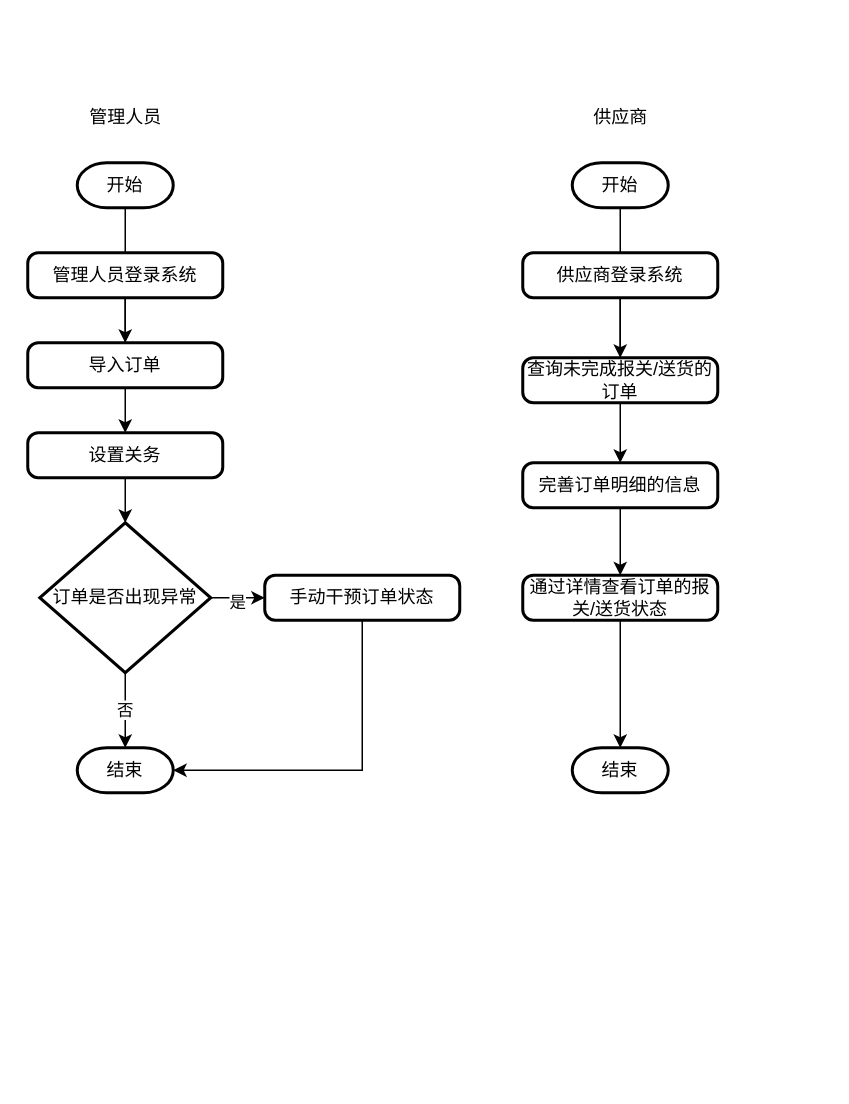
Earlier version of the draw.io diagram page "订单管理流程图" (13 of 16) of wbooking docs/进区预约系统.drawio (sxc-one/e-conitl). Source tidied: cells renumbered, new cells numbered last; positions are measured from the earlier drawing's top-left corner, leaving out a move shared by most shapes. Both pictures are drawn from the tidied source at 150%, with x=0, y=0 at pixel (27, 102).
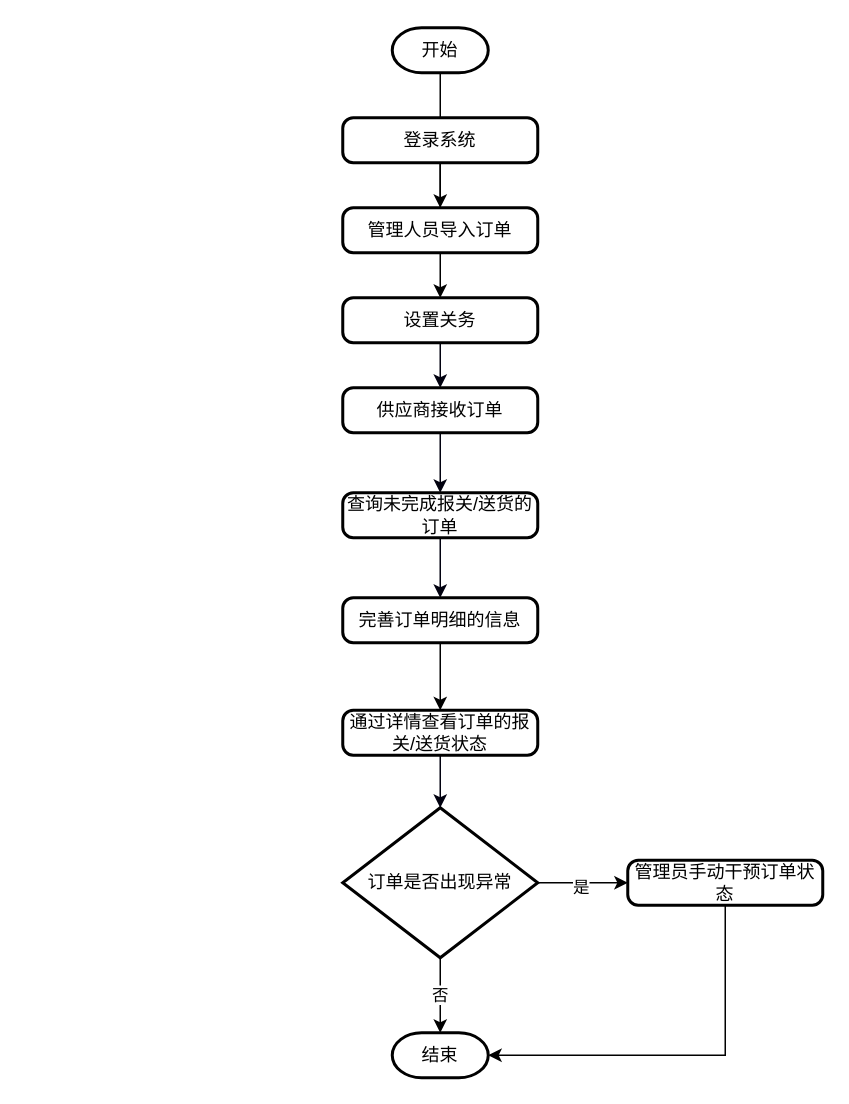
Above is the later version.

Change to the diagram source:
```diff
@@
     <mxCell id="3" value="开始" style="strokeWidth=2;html=1;shape=mxgraph.flowchart.terminator;whiteSpace=wrap;" parent="1" vertex="1">
-      <mxGeometry x="33" y="40" width="64" height="30" as="geometry" />
+      <mxGeometry x="243" y="-50" width="64" height="30" as="geometry" />
     </mxCell>
@@
-    <mxCell id="5" value="管理人员登录系统" style="rounded=1;whiteSpace=wrap;html=1;absoluteArcSize=1;arcSize=14;strokeWidth=2;" parent="1" vertex="1">
-      <mxGeometry y="100" width="130" height="30" as="geometry" />
+    <mxCell id="5" value="登录系统" style="rounded=1;whiteSpace=wrap;html=1;absoluteArcSize=1;arcSize=14;strokeWidth=2;" parent="1" vertex="1">
+      <mxGeometry x="210" y="10" width="130" height="30" as="geometry" />
     </mxCell>
-    <mxCell id="6" value="导入订单" style="rounded=1;whiteSpace=wrap;html=1;absoluteArcSize=1;arcSize=14;strokeWidth=2;" parent="1" vertex="1">
-      <mxGeometry y="160" width="130" height="30" as="geometry" />
+    <mxCell id="6" value="管理人员导入订单" style="rounded=1;whiteSpace=wrap;html=1;absoluteArcSize=1;arcSize=14;strokeWidth=2;" parent="1" vertex="1">
+      <mxGeometry x="210" y="70" width="130" height="30" as="geometry" />
     </mxCell>
-    <mxCell id="7" style="edgeStyle=none;rounded=0;jettySize=auto;html=1;elbow=vertical;" parent="1" edge="1" source="8" target="12">
-      <mxGeometry relative="1" as="geometry" />
-    </mxCell>
+    <mxCell id="28" style="edgeStyle=none;rounded=0;jettySize=auto;html=1;exitX=0.5;exitY=1;exitDx=0;exitDy=0;entryX=0.5;entryY=0;entryDx=0;entryDy=0;fontSize=18;startArrow=none;startFill=0;endArrow=classic;endFill=1;sourcePerimeterSpacing=1;targetPerimeterSpacing=0;strokeColor=#01010F;" parent="1" edge="1" source="8" target="20">
+      <mxGeometry relative="1" as="geometry" />
+    </mxCell>
     <mxCell id="8" value="设置关务" style="rounded=1;whiteSpace=wrap;html=1;absoluteArcSize=1;arcSize=14;strokeWidth=2;" parent="1" vertex="1">
-      <mxGeometry y="220" width="130" height="30" as="geometry" />
+      <mxGeometry x="210" y="130" width="130" height="30" as="geometry" />
     </mxCell>
@@
     <mxCell id="12" value="订单是否出现异常" style="strokeWidth=2;html=1;shape=mxgraph.flowchart.decision;whiteSpace=wrap;" parent="1" vertex="1">
-      <mxGeometry x="8" y="280" width="114" height="100" as="geometry" />
+      <mxGeometry x="210" y="470" width="130" height="100" as="geometry" />
     </mxCell>
@@
-    <mxCell id="14" value="手动干预订单状态" style="rounded=1;whiteSpace=wrap;html=1;absoluteArcSize=1;arcSize=14;strokeWidth=2;" parent="1" vertex="1">
-      <mxGeometry x="158" y="315" width="130" height="30" as="geometry" />
+    <mxCell id="14" value="管理员手动干预订单状态" style="rounded=1;whiteSpace=wrap;html=1;absoluteArcSize=1;arcSize=14;strokeWidth=2;" parent="1" vertex="1">
+      <mxGeometry x="400" y="505" width="130" height="30" as="geometry" />
     </mxCell>
     <mxCell id="15" value="结束" style="strokeWidth=2;html=1;shape=mxgraph.flowchart.terminator;whiteSpace=wrap;" parent="1" vertex="1">
-      <mxGeometry x="33" y="430" width="64" height="30" as="geometry" />
+      <mxGeometry x="243" y="620" width="64" height="30" as="geometry" />
     </mxCell>
-    <mxCell id="16" value="管理人员" style="text;html=1;align=center;verticalAlign=middle;strokeColor=none;fillColor=none;" parent="1" vertex="1">
-      <mxGeometry x="35" width="60" height="20" as="geometry" />
-    </mxCell>
-    <mxCell id="17" style="edgeStyle=none;rounded=0;jettySize=auto;html=1;elbow=vertical;" parent="1" edge="1" source="18" target="21">
-      <mxGeometry relative="1" as="geometry" />
-    </mxCell>
-    <mxCell id="18" value="开始" style="strokeWidth=2;html=1;shape=mxgraph.flowchart.terminator;whiteSpace=wrap;" parent="1" vertex="1">
-      <mxGeometry x="363" y="40" width="64" height="30" as="geometry" />
-    </mxCell>
-    <mxCell id="19" style="edgeStyle=none;rounded=0;jettySize=auto;html=1;elbow=vertical;" parent="1" edge="1" source="20" target="23">
-      <mxGeometry relative="1" as="geometry" />
-    </mxCell>
+    <mxCell id="29" style="edgeStyle=none;rounded=0;jettySize=auto;html=1;exitX=0.5;exitY=1;exitDx=0;exitDy=0;entryX=0.5;entryY=0;entryDx=0;entryDy=0;fontSize=18;startArrow=none;startFill=0;endArrow=classic;endFill=1;sourcePerimeterSpacing=1;targetPerimeterSpacing=0;strokeColor=#01010F;" parent="1" edge="1" source="20" target="21">
+      <mxGeometry relative="1" as="geometry" />
+    </mxCell>
-    <mxCell id="20" value="供应商登录系统" style="rounded=1;whiteSpace=wrap;html=1;absoluteArcSize=1;arcSize=14;strokeWidth=2;" parent="1" vertex="1">
-      <mxGeometry x="330" y="100" width="130" height="30" as="geometry" />
+    <mxCell id="20" value="供应商接收订单" style="rounded=1;whiteSpace=wrap;html=1;absoluteArcSize=1;arcSize=14;strokeWidth=2;" parent="1" vertex="1">
+      <mxGeometry x="210" y="190" width="130" height="30" as="geometry" />
     </mxCell>
+    <mxCell id="30" style="edgeStyle=none;rounded=0;jettySize=auto;html=1;exitX=0.5;exitY=1;exitDx=0;exitDy=0;entryX=0.5;entryY=0;entryDx=0;entryDy=0;fontSize=18;startArrow=none;startFill=0;endArrow=classic;endFill=1;sourcePerimeterSpacing=1;targetPerimeterSpacing=0;strokeColor=#01010F;" parent="1" edge="1" source="21" target="23">
+      <mxGeometry relative="1" as="geometry" />
+    </mxCell>
     <mxCell id="21" value="查询未完成报关/送货的订单" style="rounded=1;whiteSpace=wrap;html=1;absoluteArcSize=1;arcSize=14;strokeWidth=2;" parent="1" vertex="1">
-      <mxGeometry x="330" y="170" width="130" height="30" as="geometry" />
+      <mxGeometry x="210" y="260" width="130" height="30" as="geometry" />
     </mxCell>
@@
     <mxCell id="23" value="完善订单明细的信息" style="rounded=1;whiteSpace=wrap;html=1;absoluteArcSize=1;arcSize=14;strokeWidth=2;" parent="1" vertex="1">
-      <mxGeometry x="330" y="240" width="130" height="30" as="geometry" />
+      <mxGeometry x="210" y="330" width="130" height="30" as="geometry" />
     </mxCell>
-    <mxCell id="24" style="edgeStyle=none;rounded=0;jettySize=auto;html=1;elbow=vertical;exitX=0.5;exitY=1;exitDx=0;exitDy=0;" parent="1" edge="1" source="25" target="26">
-      <mxGeometry relative="1" as="geometry" />
-    </mxCell>
+    <mxCell id="31" style="edgeStyle=none;rounded=0;jettySize=auto;html=1;exitX=0.5;exitY=1;exitDx=0;exitDy=0;entryX=0.5;entryY=0;entryDx=0;entryDy=0;entryPerimeter=0;fontSize=18;startArrow=none;startFill=0;endArrow=classic;endFill=1;sourcePerimeterSpacing=1;targetPerimeterSpacing=0;strokeColor=#01010F;" parent="1" edge="1" source="25" target="12">
+      <mxGeometry relative="1" as="geometry" />
+    </mxCell>
     <mxCell id="25" value="通过详情查看订单的报关/送货状态" style="rounded=1;whiteSpace=wrap;html=1;absoluteArcSize=1;arcSize=14;strokeWidth=2;" parent="1" vertex="1">
-      <mxGeometry x="330" y="315" width="130" height="30" as="geometry" />
+      <mxGeometry x="210" y="405" width="130" height="30" as="geometry" />
     </mxCell>
-    <mxCell id="26" value="结束" style="strokeWidth=2;html=1;shape=mxgraph.flowchart.terminator;whiteSpace=wrap;" parent="1" vertex="1">
-      <mxGeometry x="363" y="430" width="64" height="30" as="geometry" />
-    </mxCell>
-    <mxCell id="27" value="供应商" style="text;html=1;align=center;verticalAlign=middle;strokeColor=none;fillColor=none;" parent="1" vertex="1">
-      <mxGeometry x="370" width="50" height="20" as="geometry" />
-    </mxCell>
```
